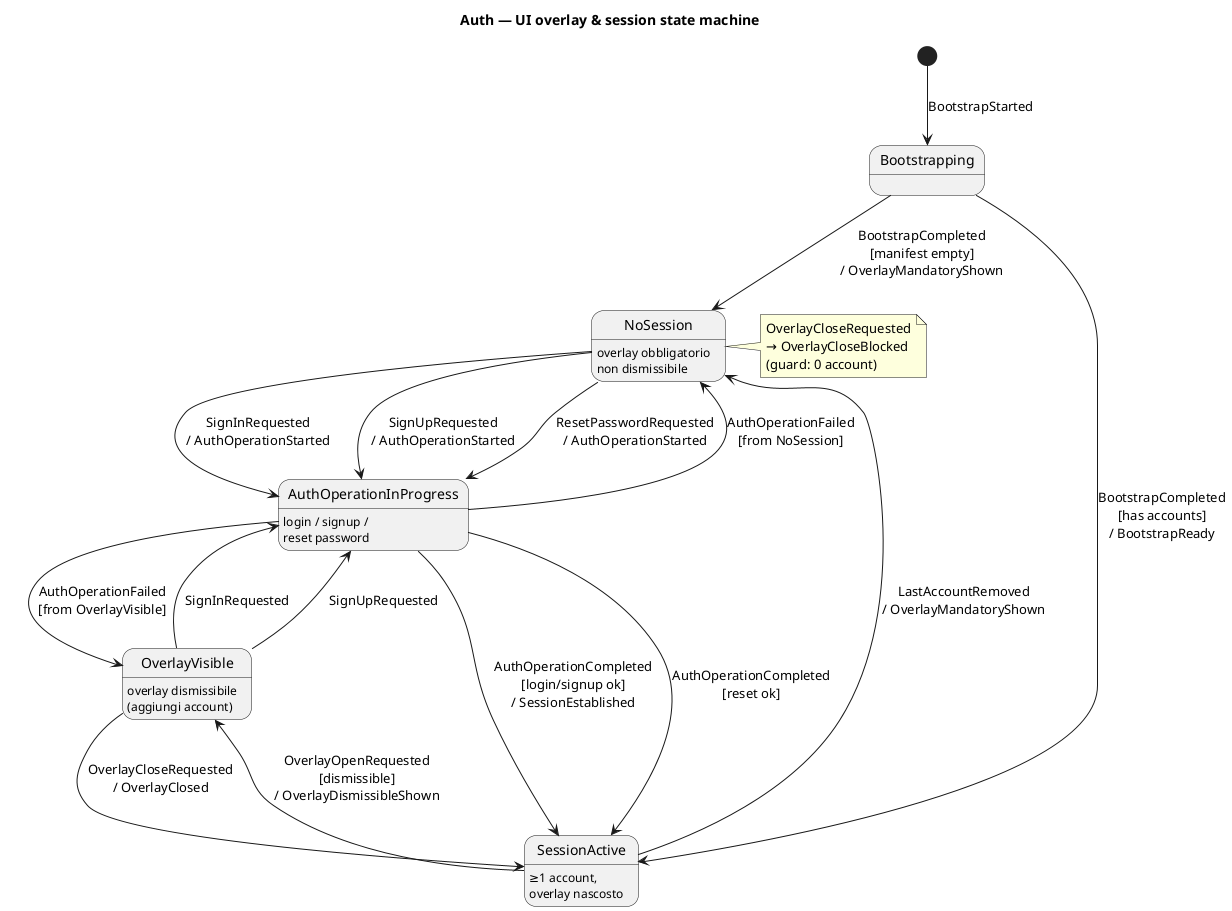
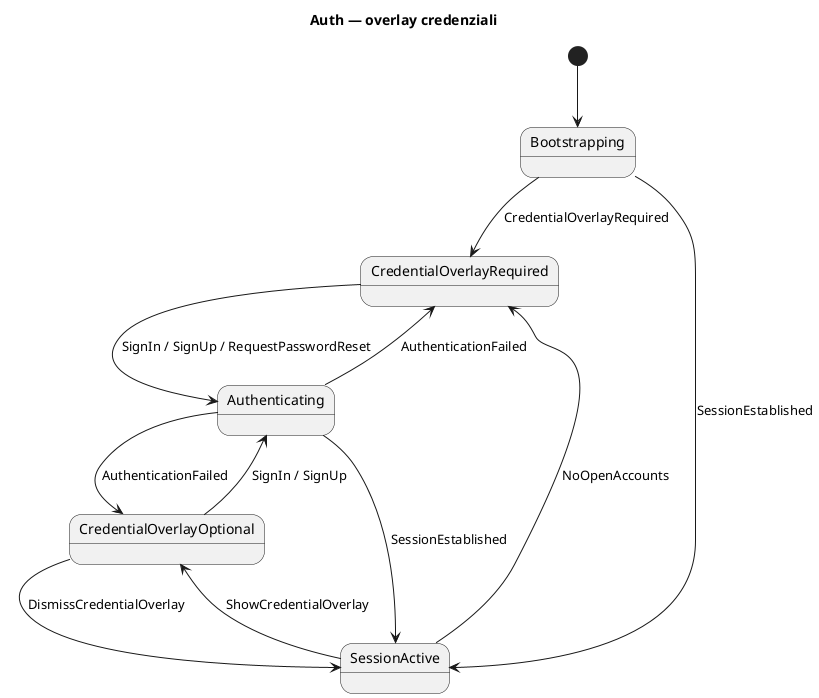
@startuml auth-state
' Context: auth
- ' SDD: SURF-AUTH, PROM-MULTI-ACCOUNT
+ ' Profile: client
' Revision: 2026-07-19

- title Auth — UI overlay & session state machine
+ title Auth — overlay credenziali

state Bootstrapping
- state NoSession : overlay obbligatorio\nnon dismissibile
- state SessionActive : ≥1 account,\noverlay nascosto
- state OverlayVisible : overlay dismissibile\n(aggiungi account)
- state AuthOperationInProgress : login / signup /\nreset password
+ state CredentialOverlayRequired
+ state SessionActive
+ state CredentialOverlayOptional
+ state Authenticating

- [*] --> Bootstrapping : BootstrapStarted
+ [*] --> Bootstrapping

- Bootstrapping --> NoSession : BootstrapCompleted\n[manifest empty]\n/ OverlayMandatoryShown
- Bootstrapping --> SessionActive : BootstrapCompleted\n[has accounts]\n/ BootstrapReady
+ Bootstrapping --> CredentialOverlayRequired : CredentialOverlayRequired
+ Bootstrapping --> SessionActive : SessionEstablished

- NoSession --> AuthOperationInProgress : SignInRequested\n/ AuthOperationStarted
- NoSession --> AuthOperationInProgress : SignUpRequested\n/ AuthOperationStarted
- NoSession --> AuthOperationInProgress : ResetPasswordRequested\n/ AuthOperationStarted
+ CredentialOverlayRequired --> Authenticating : SignIn / SignUp / RequestPasswordReset
+ CredentialOverlayOptional --> SessionActive : DismissCredentialOverlay
+ CredentialOverlayOptional --> Authenticating : SignIn / SignUp

- OverlayVisible --> SessionActive : OverlayCloseRequested\n/ OverlayClosed
- OverlayVisible --> AuthOperationInProgress : SignInRequested
- OverlayVisible --> AuthOperationInProgress : SignUpRequested
+ SessionActive --> CredentialOverlayOptional : ShowCredentialOverlay
+ SessionActive --> CredentialOverlayRequired : NoOpenAccounts

- SessionActive --> OverlayVisible : OverlayOpenRequested\n[dismissible]\n/ OverlayDismissibleShown
- SessionActive --> NoSession : LastAccountRemoved\n/ OverlayMandatoryShown
- 
- AuthOperationInProgress --> SessionActive : AuthOperationCompleted\n[login/signup ok]\n/ SessionEstablished
- AuthOperationInProgress --> NoSession : AuthOperationFailed\n[from NoSession]
- AuthOperationInProgress --> OverlayVisible : AuthOperationFailed\n[from OverlayVisible]
- AuthOperationInProgress --> SessionActive : AuthOperationCompleted\n[reset ok]
- 
- note right of NoSession
-   OverlayCloseRequested
-   → OverlayCloseBlocked
-   (guard: 0 account)
- end note
+ Authenticating --> SessionActive : SessionEstablished
+ Authenticating --> CredentialOverlayRequired : AuthenticationFailed
+ Authenticating --> CredentialOverlayOptional : AuthenticationFailed

@enduml
